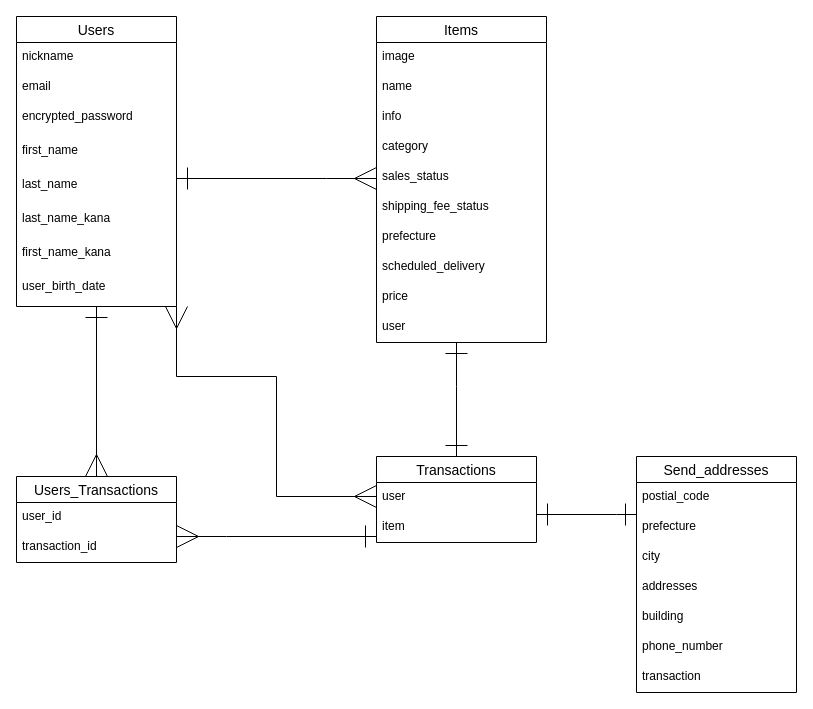
The draw.io diagram furima.dio in TsunokakeTaiki/furima-31694, before the edit. Source tidied: cells renumbered, new cells numbered last; positions are measured from the earlier drawing's top-left corner, leaving out a move shared by most shapes. Both pictures are drawn from the tidied source at 100%, with x=0, y=0 at pixel (16, 16).
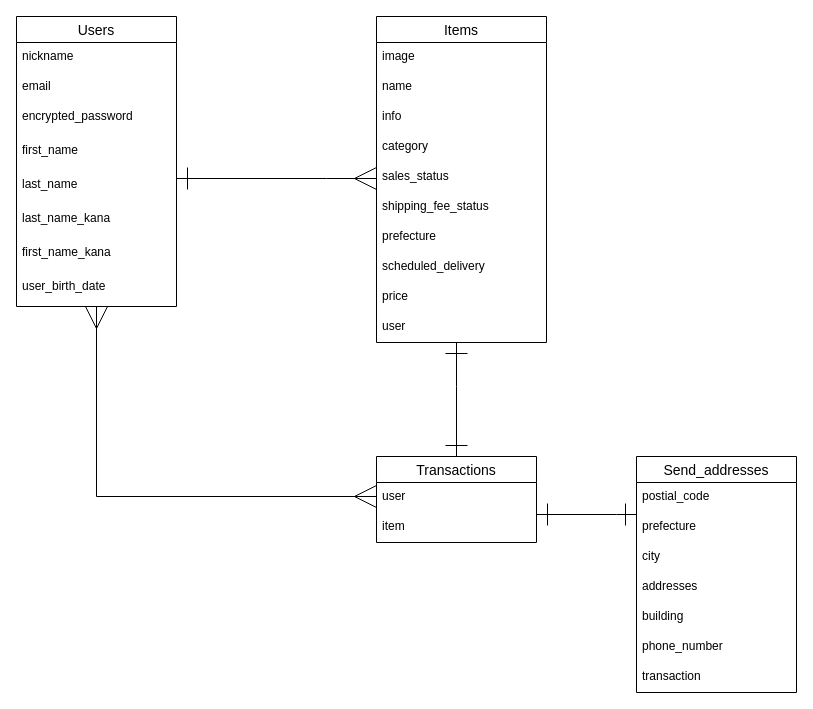
The same diagram, later.

Commit message (it also covers changes not shown here):
README、Usersテーブルの修正

The change refers to these unchanged cells:
```xml
<mxCell id="5" value="Transactions" style="swimlane;fontStyle=0;horizontal=1;startSize=26;align=center;fontSize=14;" parent="1" vertex="1">
  <mxGeometry x="360" y="440" width="160" height="86" as="geometry" />
</mxCell>
<mxCell id="20" value="Users" style="swimlane;fontStyle=0;horizontal=1;startSize=26;align=center;fontSize=14;" parent="1" vertex="1">
  <mxGeometry width="160" height="290" as="geometry" />
</mxCell>
```

Change to the diagram source:
```diff
@@
     <mxCell id="19" style="edgeStyle=orthogonalEdgeStyle;rounded=0;jettySize=auto;html=1;startArrow=ERmany;startFill=0;endArrow=ERmany;endFill=0;strokeWidth=1;jumpSize=6;endSize=20;startSize=20;" parent="1" edge="1" source="20" target="5">
       <mxGeometry relative="1" as="geometry">
         <Array as="points">
-          <mxPoint x="160" y="360" />
-          <mxPoint x="260" y="360" />
-          <mxPoint x="260" y="480" />
+          <mxPoint x="80" y="480" />
         </Array>
       </mxGeometry>
     </mxCell>
@@
-    <mxCell id="29" style="edgeStyle=orthogonalEdgeStyle;rounded=0;jumpSize=6;jettySize=auto;html=1;startArrow=ERmany;startFill=0;startSize=20;endArrow=ERone;endFill=0;endSize=20;strokeWidth=1;" parent="1" edge="1" source="31" target="5">
-      <mxGeometry relative="1" as="geometry">
-        <Array as="points">
-          <mxPoint x="210" y="520" />
-          <mxPoint x="210" y="520" />
-        </Array>
-      </mxGeometry>
-    </mxCell>
-    <mxCell id="30" style="edgeStyle=orthogonalEdgeStyle;rounded=0;jumpSize=6;jettySize=auto;html=1;startArrow=ERmany;startFill=0;startSize=20;endArrow=ERone;endFill=0;endSize=20;strokeWidth=1;" parent="1" edge="1" source="31" target="20">
-      <mxGeometry relative="1" as="geometry" />
-    </mxCell>
-    <mxCell id="31" value="Users_Transactions" style="swimlane;fontStyle=0;horizontal=1;startSize=26;align=center;fontSize=14;" parent="1" vertex="1">
-      <mxGeometry y="460" width="160" height="86" as="geometry" />
-    </mxCell>
-    <mxCell id="32" value="user_id" style="text;strokeColor=none;fillColor=none;spacingLeft=4;spacingRight=4;overflow=hidden;fontSize=12;" parent="31" vertex="1">
-      <mxGeometry y="26" width="160" height="30" as="geometry" />
-    </mxCell>
-    <mxCell id="33" value="transaction_id" style="text;strokeColor=none;fillColor=none;spacingLeft=4;spacingRight=4;overflow=hidden;fontSize=12;" parent="31" vertex="1">
-      <mxGeometry y="56" width="160" height="30" as="geometry" />
-    </mxCell>
```
